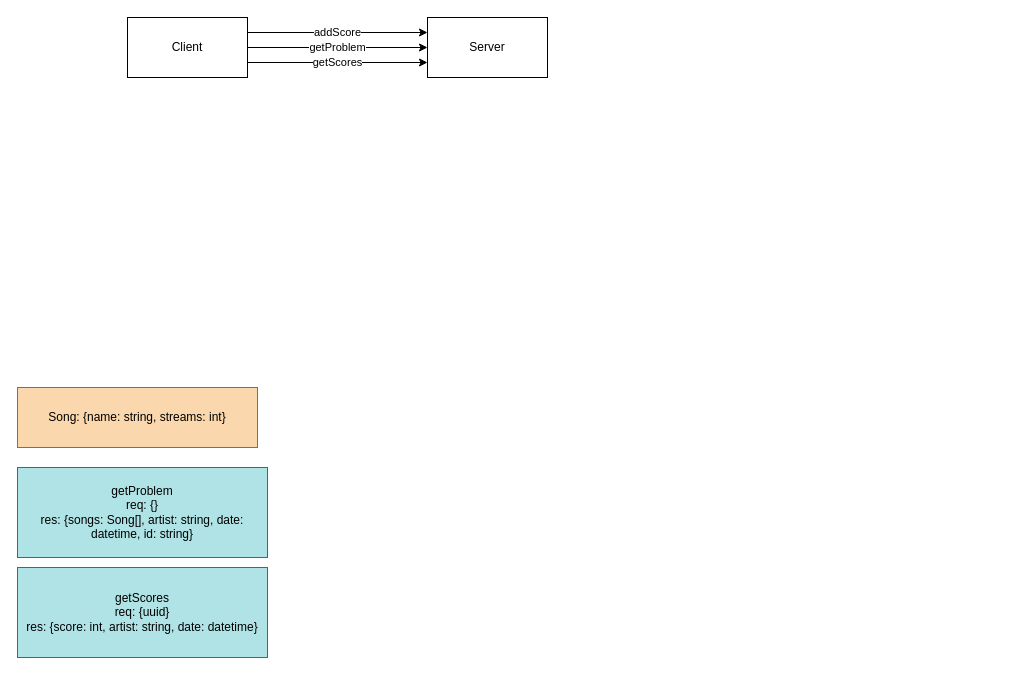
jdsmith104/MusicGuesser keeps this draw.io diagram as page "Architecture" (1 of 2) of backend-design.drawio. Above is the earlier version. Source tidied: cells renumbered, new cells numbered last; positions are measured from the earlier drawing's top-left corner, leaving out a move shared by most shapes. Both pictures are drawn from the tidied source at 100%, with x=0, y=0 at pixel (17, 17).
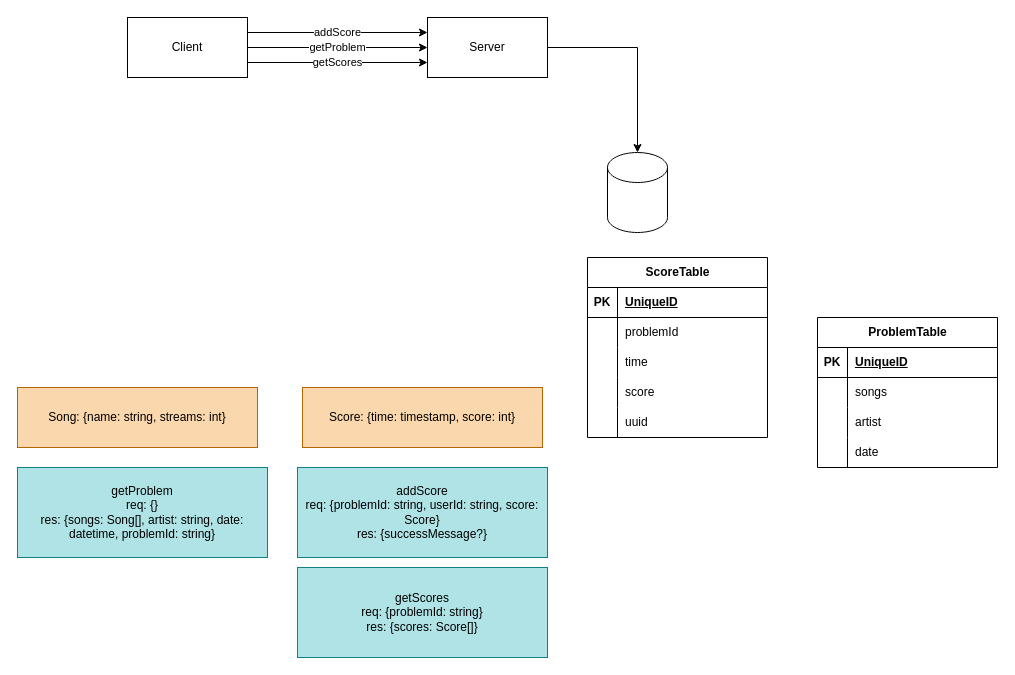
The same page after the edit.

Unchanged cells that the change refers to:
```xml
<mxCell id="6" value="Server" style="rounded=0;whiteSpace=wrap;html=1;" parent="1" vertex="1">
  <mxGeometry x="410" width="120" height="60" as="geometry" />
</mxCell>
```

Change to the diagram source:
```diff
@@
-    <mxCell id="7" value="getProblem&lt;div&gt;req: {}&lt;/div&gt;&lt;div&gt;res: {songs: Song[], artist: string, date: datetime, id: string}&lt;/div&gt;" style="rounded=0;whiteSpace=wrap;html=1;fillColor=#b0e3e6;strokeColor=#0e8088;" parent="1" vertex="1">
+    <mxCell id="7" value="getProblem&lt;div&gt;req: {}&lt;/div&gt;&lt;div&gt;res: {songs: Song[], artist: string, date: datetime, problemId: string}&lt;/div&gt;" style="rounded=0;whiteSpace=wrap;html=1;fillColor=#b0e3e6;strokeColor=#0e8088;" parent="1" vertex="1">
       <mxGeometry y="450" width="250" height="90" as="geometry" />
     </mxCell>
@@
-    <mxCell id="9" value="getScores&lt;div&gt;req: {uuid}&lt;/div&gt;&lt;div&gt;res: {score: int, artist: string, date: datetime}&lt;/div&gt;" style="rounded=0;whiteSpace=wrap;html=1;fillColor=#b0e3e6;strokeColor=#0e8088;" parent="1" vertex="1">
-      <mxGeometry y="550" width="250" height="90" as="geometry" />
+    <mxCell id="9" value="getScores&lt;div&gt;req: {problemId: string}&lt;/div&gt;&lt;div&gt;res: {scores: Score[]}&lt;/div&gt;" style="rounded=0;whiteSpace=wrap;html=1;fillColor=#b0e3e6;strokeColor=#0e8088;" parent="1" vertex="1">
+      <mxGeometry x="280" y="550" width="250" height="90" as="geometry" />
     </mxCell>
+    <mxCell id="10" value="addScore&lt;div&gt;req: {problemId: string, userId: string, score: Score}&lt;/div&gt;&lt;div&gt;res: {successMessage?}&lt;/div&gt;" style="rounded=0;whiteSpace=wrap;html=1;fillColor=#b0e3e6;strokeColor=#0e8088;" parent="1" vertex="1">
+      <mxGeometry x="280" y="450" width="250" height="90" as="geometry" />
+    </mxCell>
+    <mxCell id="11" value="Score: {time: timestamp, score: int}" style="rounded=0;whiteSpace=wrap;html=1;fillColor=#fad7ac;strokeColor=#b46504;" parent="1" vertex="1">
+      <mxGeometry x="285" y="370" width="240" height="60" as="geometry" />
+    </mxCell>
+    <mxCell id="12" style="shape=cylinder3;whiteSpace=wrap;html=1;boundedLbl=1;backgroundOutline=1;size=15;" parent="1" vertex="1">
+      <mxGeometry x="590" y="135" width="60" height="80" as="geometry" />
+    </mxCell>
+    <mxCell id="13" style="edgeStyle=orthogonalEdgeStyle;rounded=0;jettySize=auto;html=1;entryX=0.5;entryY=0;entryDx=0;entryDy=0;entryPerimeter=0;" parent="1" edge="1" source="6" target="12">
+      <mxGeometry relative="1" as="geometry" />
+    </mxCell>
+    <mxCell id="14" value="ScoreTable" style="shape=table;startSize=30;childLayout=tableLayout;rowLines=0;fontStyle=1;align=center;html=1;" parent="1" vertex="1">
+      <mxGeometry x="570" y="240" width="180" height="180" as="geometry" />
+    </mxCell>
+    <mxCell id="15" style="shape=tableRow;horizontal=0;startSize=0;swimlaneHead=0;swimlaneBody=0;fillColor=none;top=0;left=0;right=0;bottom=1;" parent="14" vertex="1">
+      <mxGeometry y="30" width="180" height="30" as="geometry" />
+    </mxCell>
+    <mxCell id="16" value="PK" style="shape=partialRectangle;fillColor=none;top=0;left=0;bottom=0;right=0;fontStyle=1;overflow=hidden;whiteSpace=wrap;html=1;" parent="15" vertex="1">
+      <mxGeometry width="30" height="30" as="geometry" />
+    </mxCell>
+    <mxCell id="17" value="UniqueID" style="shape=partialRectangle;fillColor=none;top=0;left=0;bottom=0;right=0;align=left;spacingLeft=6;fontStyle=5;overflow=hidden;whiteSpace=wrap;html=1;" parent="15" vertex="1">
+      <mxGeometry x="30" width="150" height="30" as="geometry" />
+    </mxCell>
+    <mxCell id="18" style="shape=tableRow;horizontal=0;startSize=0;swimlaneHead=0;swimlaneBody=0;fillColor=none;top=0;left=0;right=0;bottom=0;" parent="14" vertex="1">
+      <mxGeometry y="60" width="180" height="30" as="geometry" />
+    </mxCell>
+    <mxCell id="19" style="shape=partialRectangle;fillColor=none;top=0;left=0;bottom=0;right=0;overflow=hidden;whiteSpace=wrap;html=1;" parent="18" vertex="1">
+      <mxGeometry width="30" height="30" as="geometry" />
+    </mxCell>
+    <mxCell id="20" value="problemId" style="shape=partialRectangle;fillColor=none;top=0;left=0;bottom=0;right=0;align=left;spacingLeft=6;overflow=hidden;whiteSpace=wrap;html=1;" parent="18" vertex="1">
+      <mxGeometry x="30" width="150" height="30" as="geometry" />
+    </mxCell>
+    <mxCell id="21" style="shape=tableRow;horizontal=0;startSize=0;swimlaneHead=0;swimlaneBody=0;fillColor=none;top=0;left=0;right=0;bottom=0;" parent="14" vertex="1">
+      <mxGeometry y="90" width="180" height="30" as="geometry" />
+    </mxCell>
+    <mxCell id="22" style="shape=partialRectangle;fillColor=none;top=0;left=0;bottom=0;right=0;overflow=hidden;whiteSpace=wrap;html=1;" parent="21" vertex="1">
+      <mxGeometry width="30" height="30" as="geometry" />
+    </mxCell>
+    <mxCell id="23" value="time" style="shape=partialRectangle;fillColor=none;top=0;left=0;bottom=0;right=0;align=left;spacingLeft=6;overflow=hidden;whiteSpace=wrap;html=1;" parent="21" vertex="1">
+      <mxGeometry x="30" width="150" height="30" as="geometry" />
+    </mxCell>
+    <mxCell id="24" style="shape=tableRow;horizontal=0;startSize=0;swimlaneHead=0;swimlaneBody=0;fillColor=none;top=0;left=0;right=0;bottom=0;" parent="14" vertex="1">
+      <mxGeometry y="120" width="180" height="30" as="geometry" />
+    </mxCell>
+    <mxCell id="25" style="shape=partialRectangle;fillColor=none;top=0;left=0;bottom=0;right=0;overflow=hidden;whiteSpace=wrap;html=1;" parent="24" vertex="1">
+      <mxGeometry width="30" height="30" as="geometry" />
+    </mxCell>
+    <mxCell id="26" value="score" style="shape=partialRectangle;fillColor=none;top=0;left=0;bottom=0;right=0;align=left;spacingLeft=6;overflow=hidden;whiteSpace=wrap;html=1;" parent="24" vertex="1">
+      <mxGeometry x="30" width="150" height="30" as="geometry" />
+    </mxCell>
+    <mxCell id="27" style="shape=tableRow;horizontal=0;startSize=0;swimlaneHead=0;swimlaneBody=0;fillColor=none;top=0;left=0;right=0;bottom=0;" parent="14" vertex="1">
+      <mxGeometry y="150" width="180" height="30" as="geometry" />
+    </mxCell>
+    <mxCell id="28" style="shape=partialRectangle;fillColor=none;top=0;left=0;bottom=0;right=0;overflow=hidden;whiteSpace=wrap;html=1;" parent="27" vertex="1">
+      <mxGeometry width="30" height="30" as="geometry" />
+    </mxCell>
+    <mxCell id="29" value="uuid" style="shape=partialRectangle;fillColor=none;top=0;left=0;bottom=0;right=0;align=left;spacingLeft=6;overflow=hidden;whiteSpace=wrap;html=1;" parent="27" vertex="1">
+      <mxGeometry x="30" width="150" height="30" as="geometry" />
+    </mxCell>
+    <mxCell id="30" value="ProblemTable" style="shape=table;startSize=30;childLayout=tableLayout;rowLines=0;fontStyle=1;align=center;html=1;" parent="1" vertex="1">
+      <mxGeometry x="800" y="300" width="180" height="150" as="geometry" />
+    </mxCell>
+    <mxCell id="31" style="shape=tableRow;horizontal=0;startSize=0;swimlaneHead=0;swimlaneBody=0;fillColor=none;top=0;left=0;right=0;bottom=1;" parent="30" vertex="1">
+      <mxGeometry y="30" width="180" height="30" as="geometry" />
+    </mxCell>
+    <mxCell id="32" value="PK" style="shape=partialRectangle;fillColor=none;top=0;left=0;bottom=0;right=0;fontStyle=1;overflow=hidden;whiteSpace=wrap;html=1;" parent="31" vertex="1">
+      <mxGeometry width="30" height="30" as="geometry" />
+    </mxCell>
+    <mxCell id="33" value="UniqueID" style="shape=partialRectangle;fillColor=none;top=0;left=0;bottom=0;right=0;align=left;spacingLeft=6;fontStyle=5;overflow=hidden;whiteSpace=wrap;html=1;" parent="31" vertex="1">
+      <mxGeometry x="30" width="150" height="30" as="geometry" />
+    </mxCell>
+    <mxCell id="34" style="shape=tableRow;horizontal=0;startSize=0;swimlaneHead=0;swimlaneBody=0;fillColor=none;top=0;left=0;right=0;bottom=0;" parent="30" vertex="1">
+      <mxGeometry y="60" width="180" height="30" as="geometry" />
+    </mxCell>
+    <mxCell id="35" style="shape=partialRectangle;fillColor=none;top=0;left=0;bottom=0;right=0;overflow=hidden;whiteSpace=wrap;html=1;" parent="34" vertex="1">
+      <mxGeometry width="30" height="30" as="geometry" />
+    </mxCell>
+    <mxCell id="36" value="songs" style="shape=partialRectangle;fillColor=none;top=0;left=0;bottom=0;right=0;align=left;spacingLeft=6;overflow=hidden;whiteSpace=wrap;html=1;" parent="34" vertex="1">
+      <mxGeometry x="30" width="150" height="30" as="geometry" />
+    </mxCell>
+    <mxCell id="37" style="shape=tableRow;horizontal=0;startSize=0;swimlaneHead=0;swimlaneBody=0;fillColor=none;top=0;left=0;right=0;bottom=0;" parent="30" vertex="1">
+      <mxGeometry y="90" width="180" height="30" as="geometry" />
+    </mxCell>
+    <mxCell id="38" style="shape=partialRectangle;fillColor=none;top=0;left=0;bottom=0;right=0;overflow=hidden;whiteSpace=wrap;html=1;" parent="37" vertex="1">
+      <mxGeometry width="30" height="30" as="geometry" />
+    </mxCell>
+    <mxCell id="39" value="artist" style="shape=partialRectangle;fillColor=none;top=0;left=0;bottom=0;right=0;align=left;spacingLeft=6;overflow=hidden;whiteSpace=wrap;html=1;" parent="37" vertex="1">
+      <mxGeometry x="30" width="150" height="30" as="geometry" />
+    </mxCell>
+    <mxCell id="40" style="shape=tableRow;horizontal=0;startSize=0;swimlaneHead=0;swimlaneBody=0;fillColor=none;top=0;left=0;right=0;bottom=0;" parent="30" vertex="1">
+      <mxGeometry y="120" width="180" height="30" as="geometry" />
+    </mxCell>
+    <mxCell id="41" style="shape=partialRectangle;fillColor=none;top=0;left=0;bottom=0;right=0;overflow=hidden;whiteSpace=wrap;html=1;" parent="40" vertex="1">
+      <mxGeometry width="30" height="30" as="geometry" />
+    </mxCell>
+    <mxCell id="42" value="date" style="shape=partialRectangle;fillColor=none;top=0;left=0;bottom=0;right=0;align=left;spacingLeft=6;overflow=hidden;whiteSpace=wrap;html=1;" parent="40" vertex="1">
+      <mxGeometry x="30" width="150" height="30" as="geometry" />
+    </mxCell>
```
